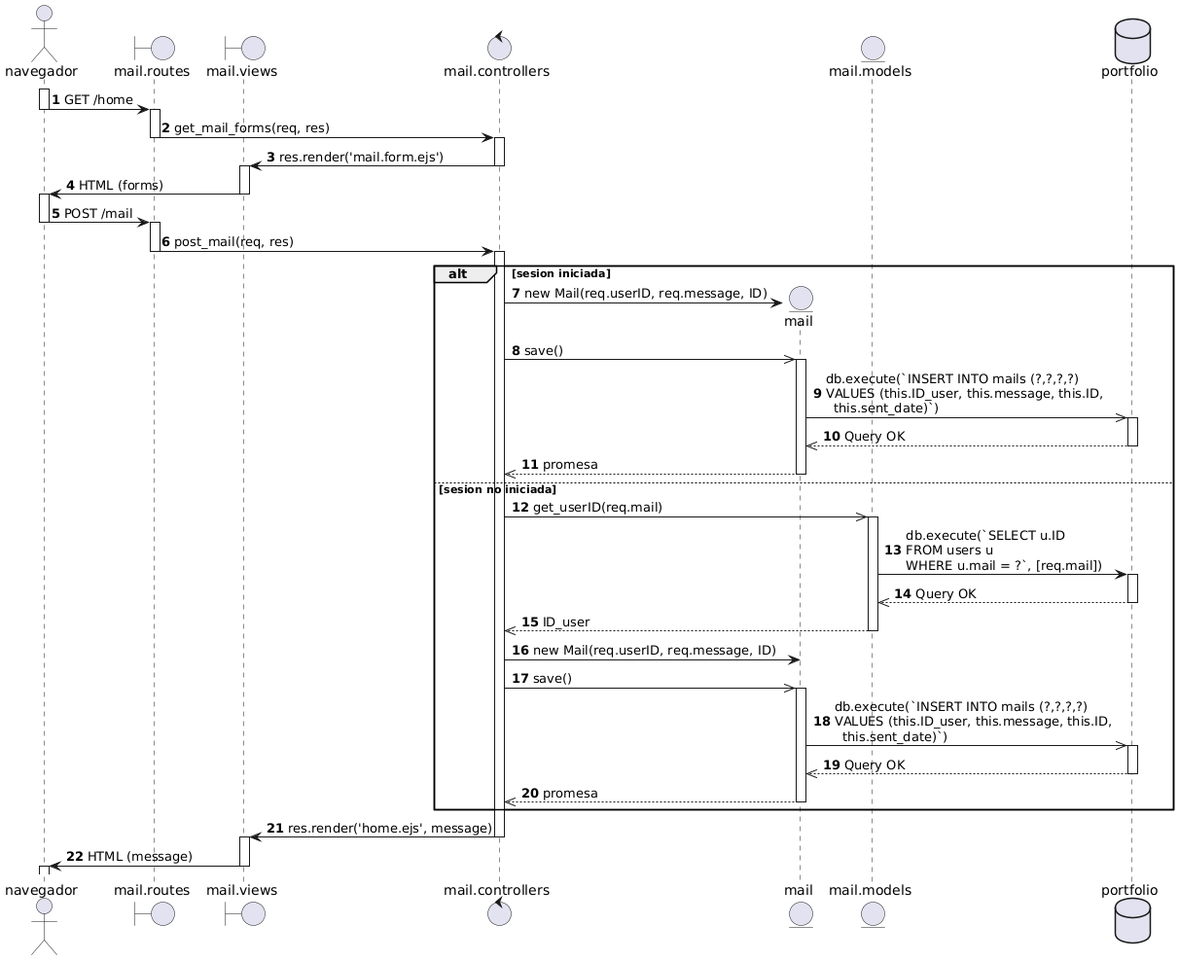
The PlantUML diagram Diagramas/Secuencia/CU04_U_Registrar_correo.png in YaelChar417/portfolio, before a commit.
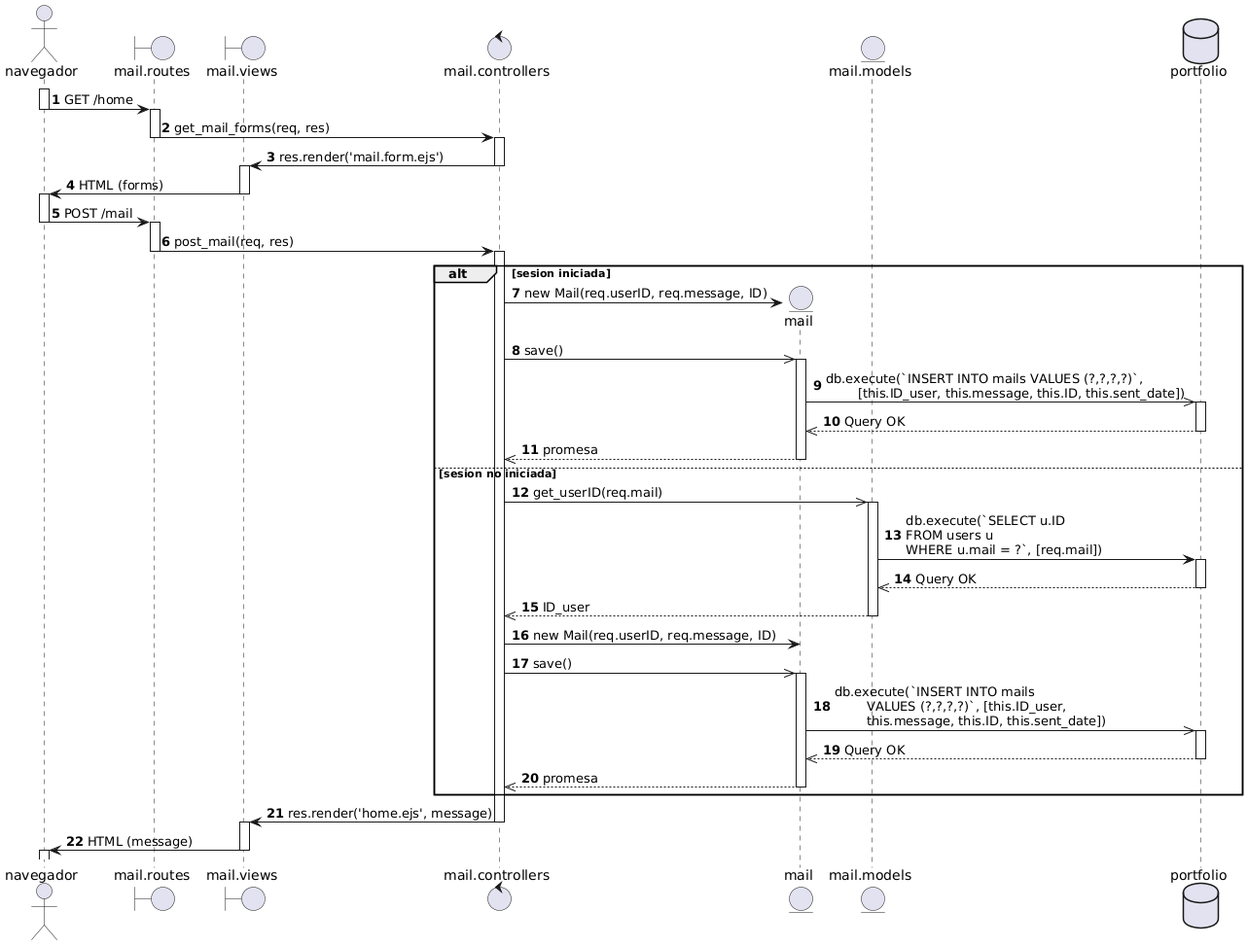
After the commit.

Commit message:
Update: imagen de diagramas de secuencia actualizadas con correcta sintaxis sql para inserciones

The edit, as a diff of the source:
```diff
@@ -41,7 +41,7 @@
     database portfolio as db
 
     activate mail
-    mail ->> db: db.execute(`INSERT INTO mails (?,?,?,?) \nVALUES (this.ID_user, this.message, this.ID, \n  this.sent_date)`)
+    mail ->> db: db.execute(`INSERT INTO mails VALUES (?,?,?,?)`, \n\t[this.ID_user, this.message, this.ID, this.sent_date])
 
     activate db
     db -->> mail: Query OK
@@ -67,7 +67,7 @@
     controller ->> mail: save()
 
     activate mail
-    mail ->> db: db.execute(`INSERT INTO mails (?,?,?,?) \nVALUES (this.ID_user, this.message, this.ID, \n  this.sent_date)`)
+    mail ->> db: db.execute(`INSERT INTO mails \n\tVALUES (?,?,?,?)`, [this.ID_user, \n\tthis.message, this.ID, this.sent_date])
 
     activate db
     db -->> mail: Query OK
```
